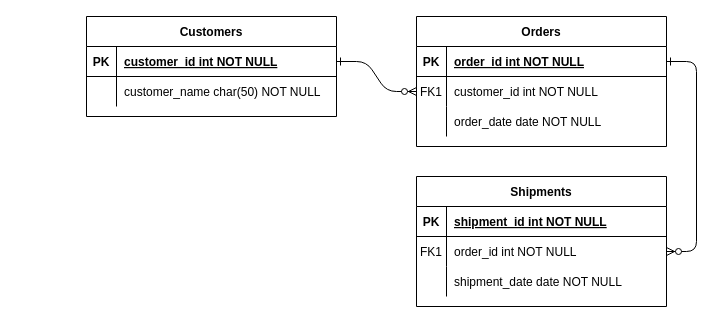
This is Untitled Diagram.drawio from Rechi-01/04-12-2022, a draw.io file, before an edit. Source tidied: cells renumbered, new cells numbered last; positions are measured from the earlier drawing's top-left corner, leaving out a move shared by most shapes. Both pictures are drawn from the tidied source at 100%, with x=0, y=0 at pixel (86, 16).
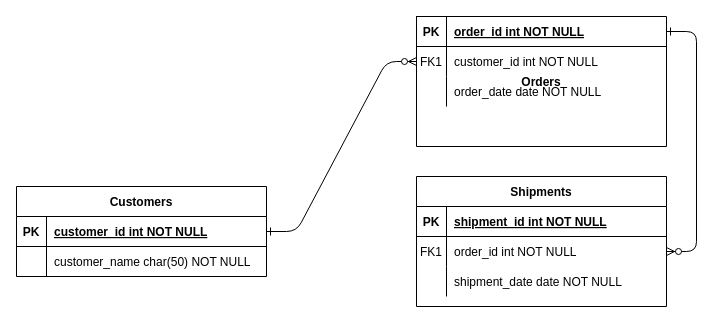
Above is the later version.

Diff of the diagram source:
```diff
@@
-    <mxCell id="4" value="Orders" style="shape=table;startSize=30;childLayout=tableLayout;rowLines=0;fontStyle=1;align=center;" parent="1" vertex="1">
+    <mxCell id="4" value="Orders" style="shape=table;startSize=0;childLayout=tableLayout;rowLines=0;fontStyle=1;align=center;" parent="1" vertex="1">
       <mxGeometry x="330" width="250" height="130" as="geometry" />
     </mxCell>
     <mxCell id="5" style="shape=partialRectangle;fillColor=none;points=[[0,0.5],[1,0.5]];portConstraint=eastwest;top=0;left=0;right=0;bottom=1;" parent="4" vertex="1">
-      <mxGeometry y="30" width="250" height="30" as="geometry" />
+      <mxGeometry width="250" height="30" as="geometry" />
     </mxCell>
@@
     <mxCell id="8" style="shape=partialRectangle;fillColor=none;points=[[0,0.5],[1,0.5]];portConstraint=eastwest;top=0;left=0;right=0;bottom=0;" parent="4" vertex="1">
-      <mxGeometry y="60" width="250" height="30" as="geometry" />
+      <mxGeometry y="30" width="250" height="30" as="geometry" />
     </mxCell>
@@
     <mxCell id="11" style="shape=partialRectangle;fillColor=none;top=0;left=0;right=0;bottom=0;" parent="4" vertex="1">
-      <mxGeometry y="90" width="250" height="30" as="geometry" />
+      <mxGeometry y="60" width="250" height="30" as="geometry" />
     </mxCell>
@@
     <mxCell id="24" value="Customers" style="shape=table;startSize=30;childLayout=tableLayout;rowLines=0;fontStyle=1;align=center;" parent="1" vertex="1">
-      <mxGeometry width="250" height="100" as="geometry" />
+      <mxGeometry x="-70" y="170" width="250" height="90" as="geometry" />
     </mxCell>
```
